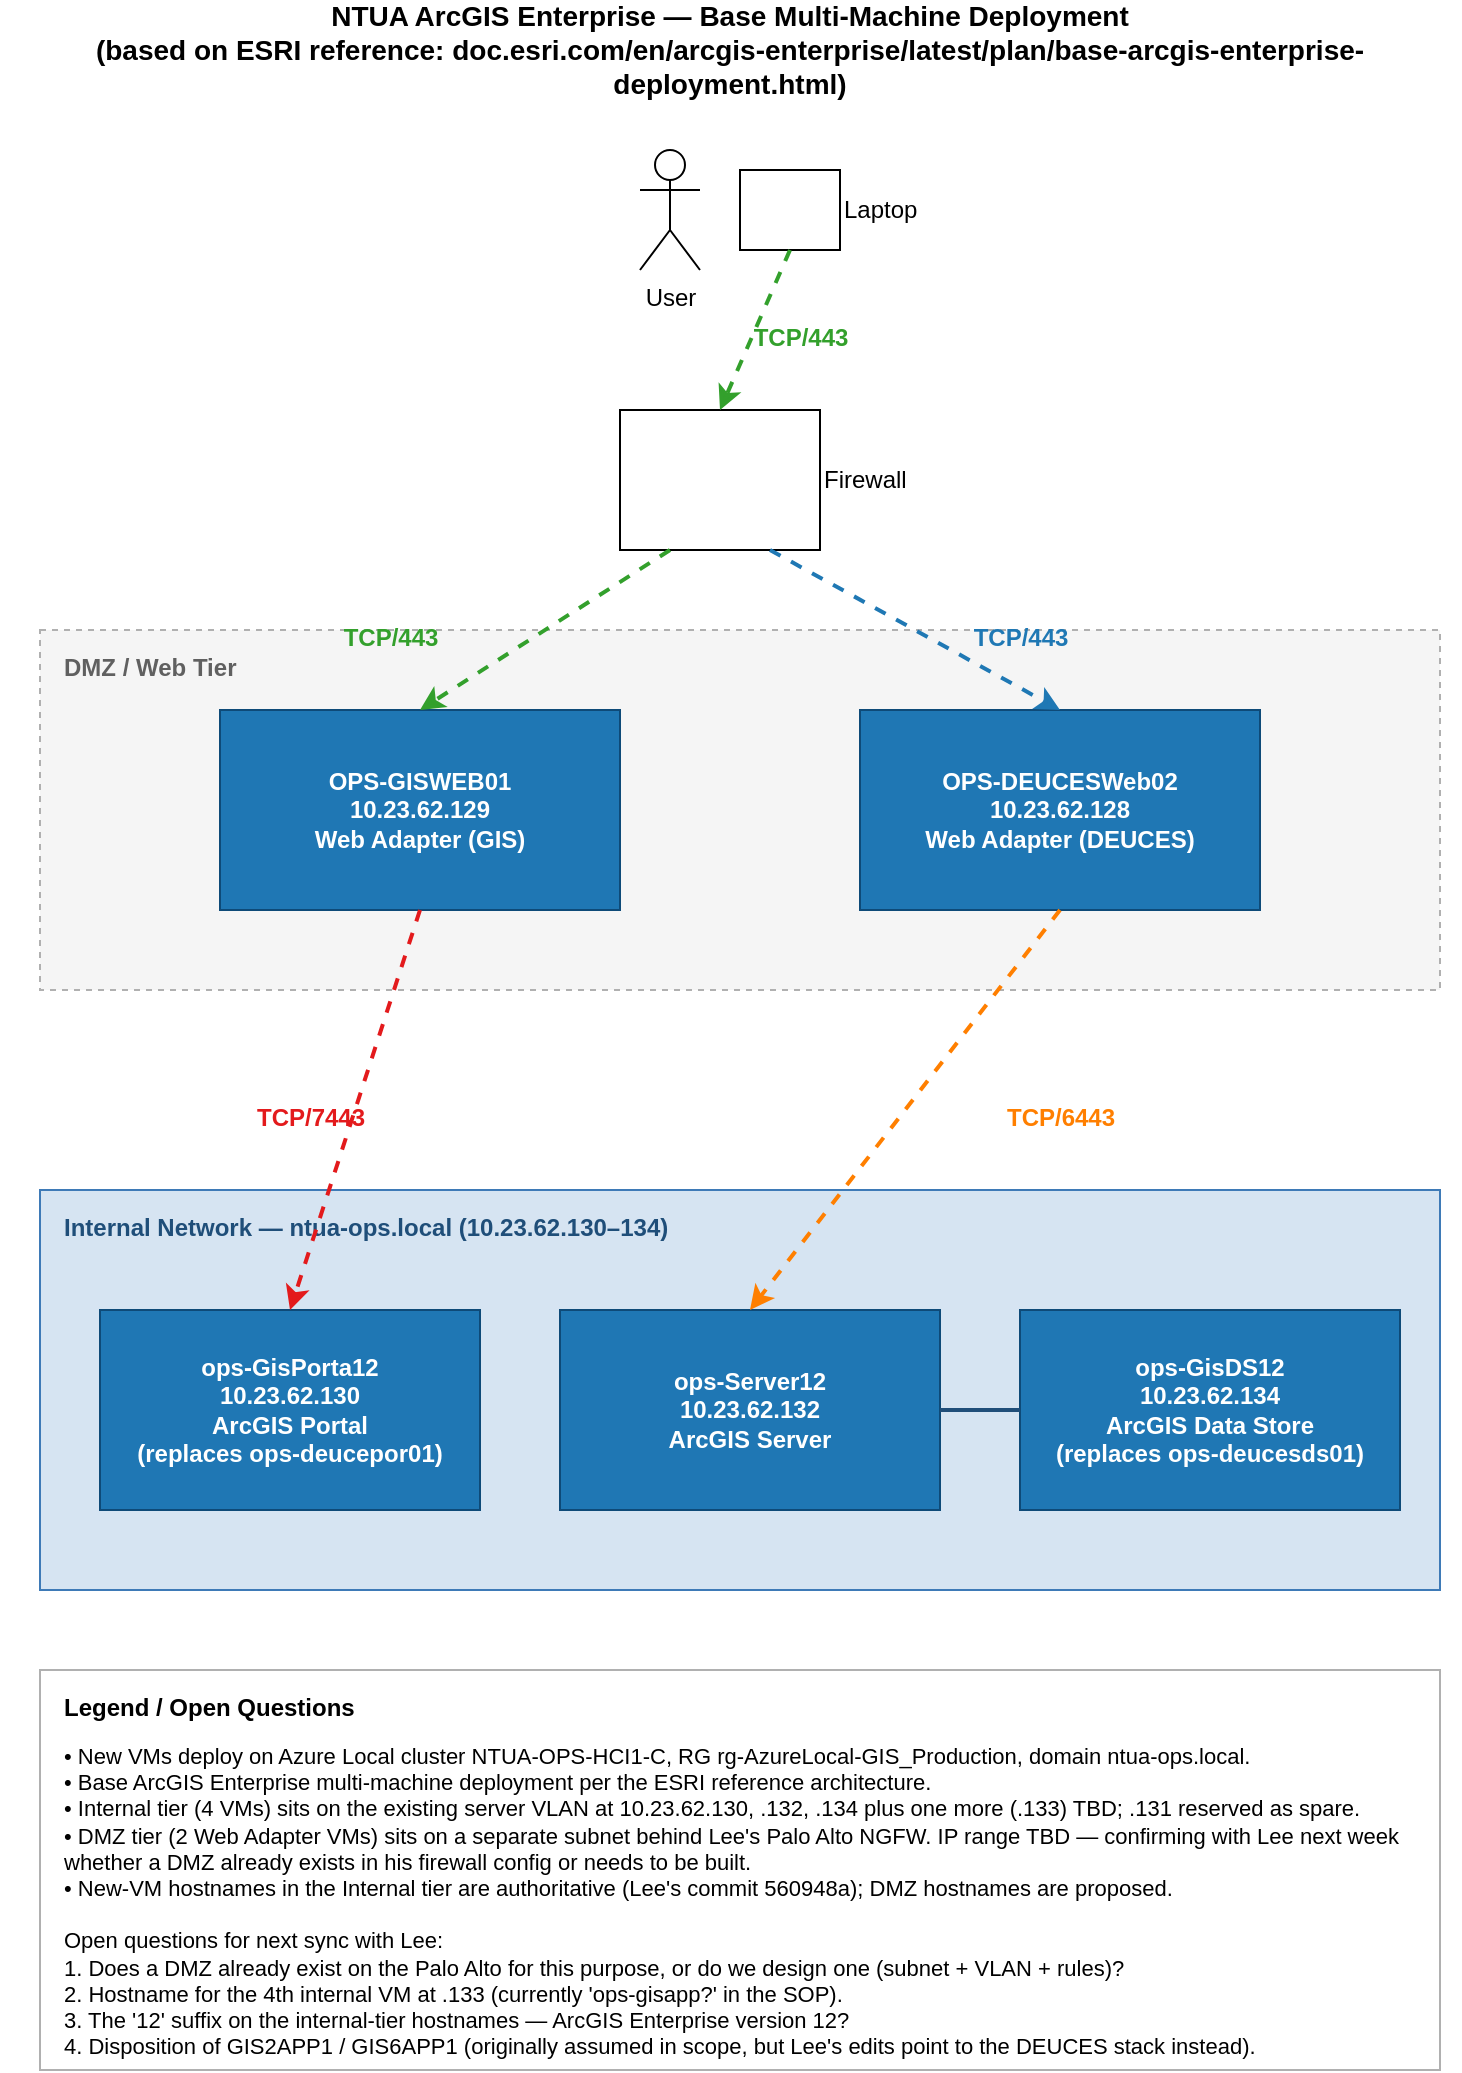
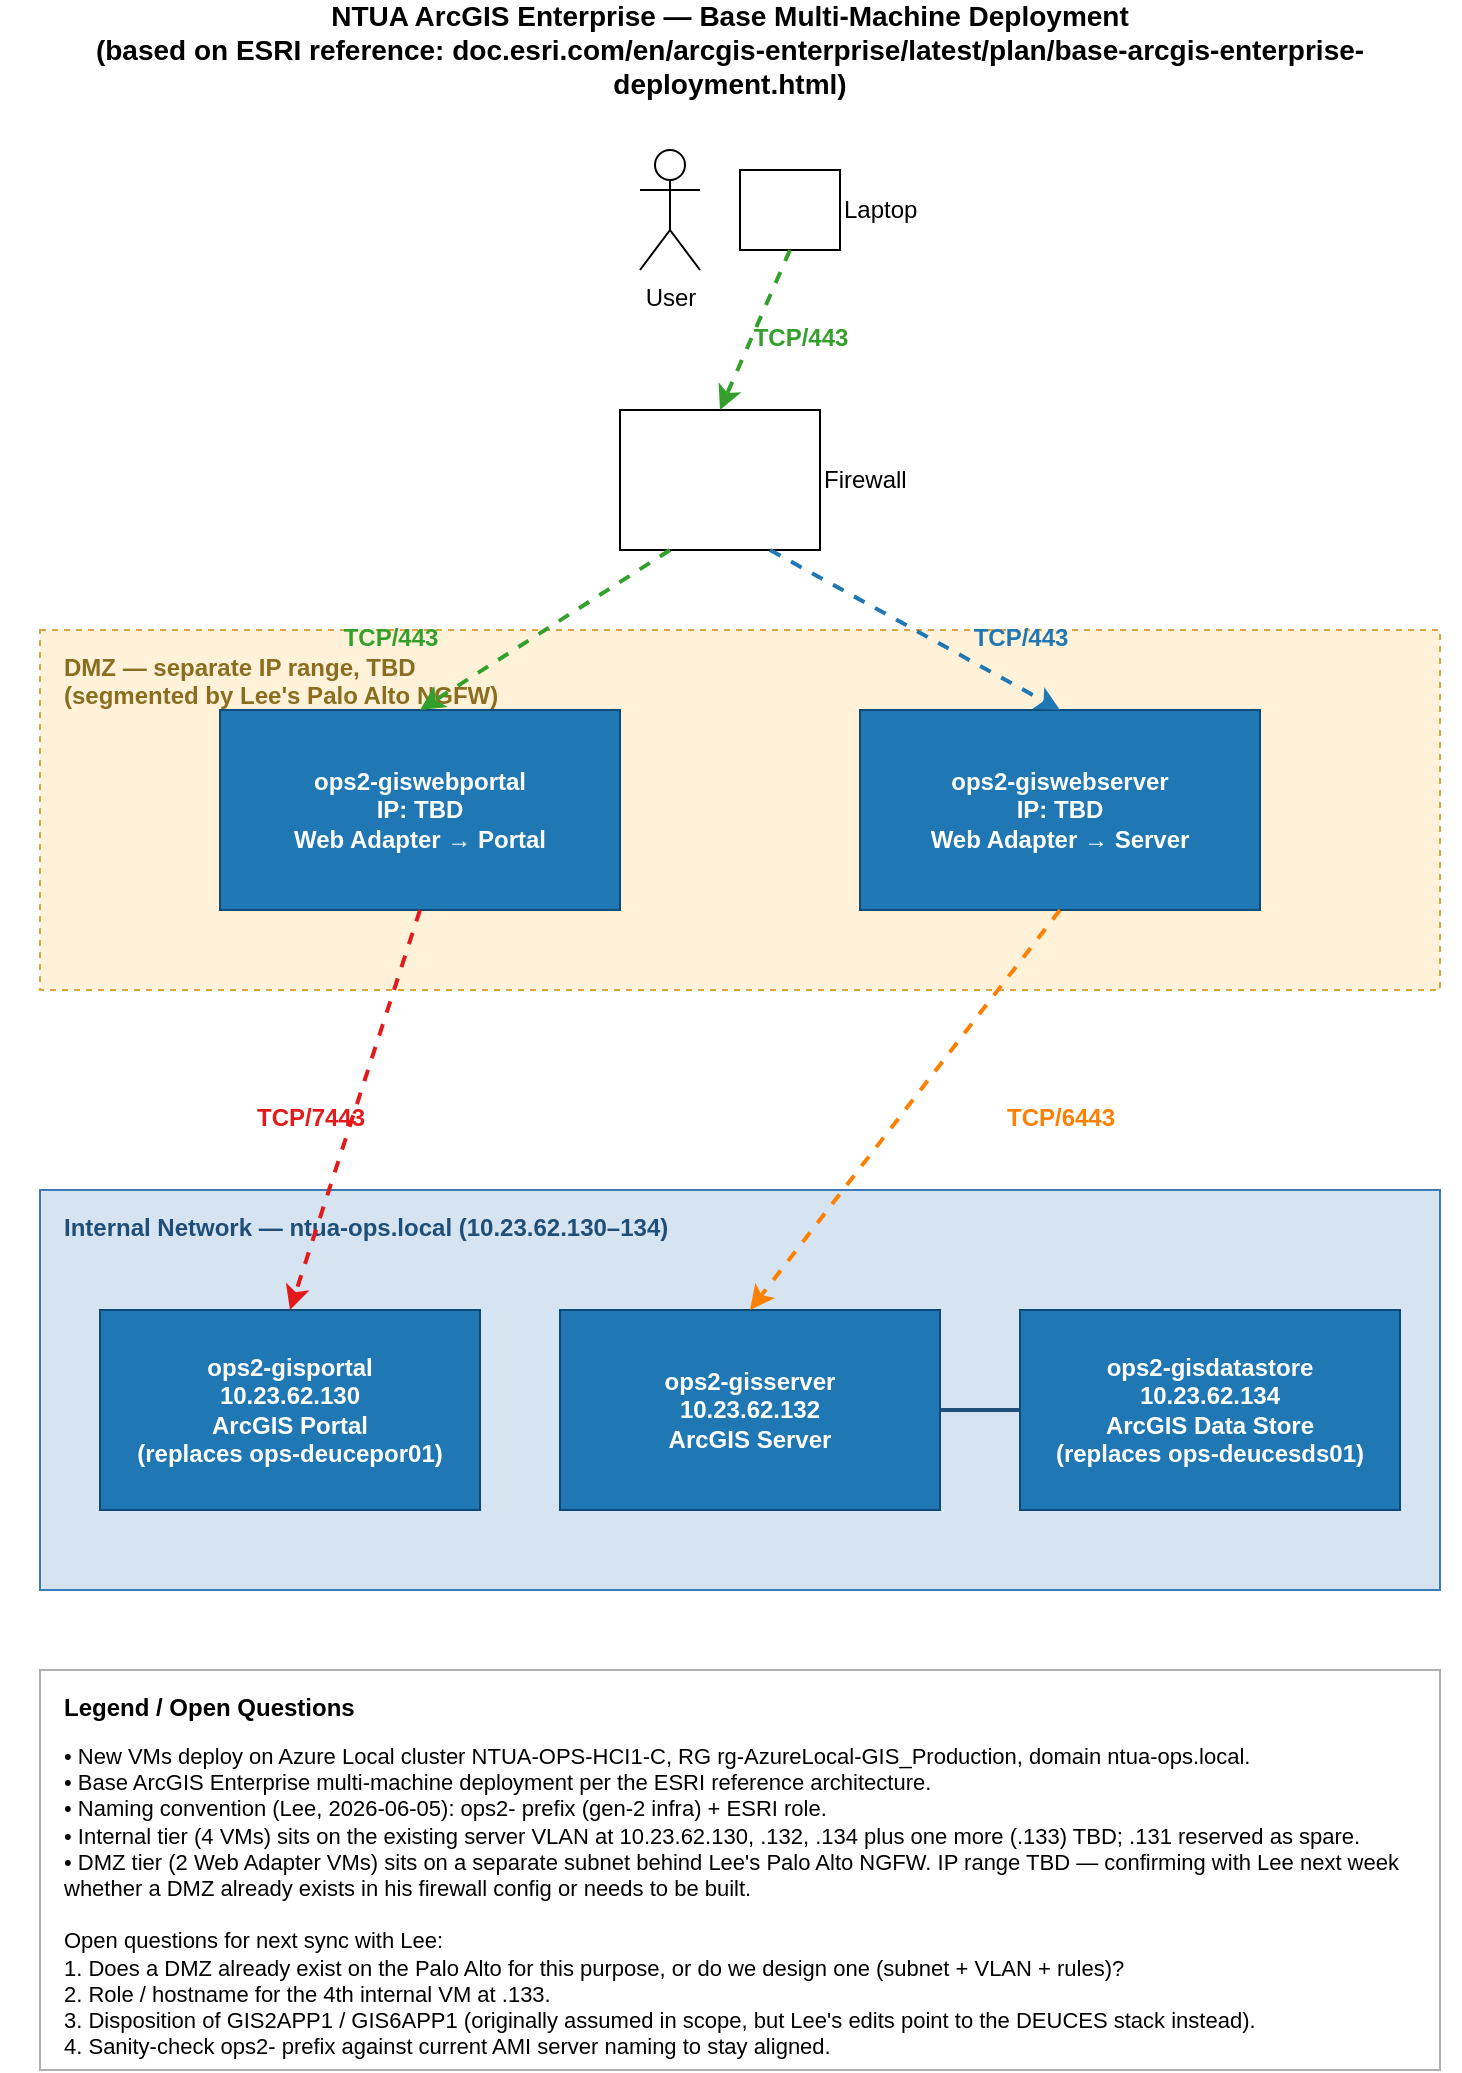
<mxfile host="65bd71144e">
    <diagram name="ArcGIS Enterprise — NTUA" id="ntua-arcgis-v1">
        <mxGraphModel dx="961" dy="844" grid="1" gridSize="10" guides="1" tooltips="1" connect="1" arrows="1" fold="1" page="1" pageScale="1" pageWidth="850" pageHeight="1100" math="0" shadow="0">
            <root>
                <mxCell id="0"/>
                <mxCell id="1" parent="0"/>
                <mxCell id="title" value="NTUA ArcGIS Enterprise — Base Multi-Machine Deployment&#xa;(based on ESRI reference: doc.esri.com/en/arcgis-enterprise/latest/plan/base-arcgis-enterprise-deployment.html)" style="text;html=1;align=center;verticalAlign=middle;whiteSpace=wrap;fontSize=14;fontStyle=1;" parent="1" vertex="1">
                    <mxGeometry x="60" y="20" width="730" height="40" as="geometry"/>
                </mxCell>
                <mxCell id="user" value="User" style="shape=umlActor;verticalLabelPosition=bottom;labelPosition=center;verticalAlign=top;html=1;outlineConnect=0;" parent="1" vertex="1">
                    <mxGeometry x="380" y="90" width="30" height="60" as="geometry"/>
                </mxCell>
                <mxCell id="laptop" value="Laptop" style="shape=mscae/Laptop;html=1;labelPosition=right;align=left;verticalAlign=middle;" parent="1" vertex="1">
                    <mxGeometry x="430" y="100" width="50" height="40" as="geometry"/>
                </mxCell>
                <mxCell id="fw" value="Firewall" style="shape=mscae/Firewall;html=1;labelPosition=right;align=left;verticalAlign=middle;" parent="1" vertex="1">
                    <mxGeometry x="370" y="220" width="100" height="70" as="geometry"/>
                </mxCell>
                <mxCell id="e-user-fw" style="endArrow=classic;html=1;dashed=1;strokeColor=#33A02C;strokeWidth=2;fontColor=#33A02C;exitX=0.5;exitY=1;exitDx=0;exitDy=0;entryX=0.5;entryY=0;entryDx=0;entryDy=0;" parent="1" source="laptop" target="fw" edge="1">
                    <mxGeometry relative="1" as="geometry"/>
                </mxCell>
                <mxCell id="l-user-fw" value="TCP/443" style="text;html=1;align=center;fontColor=#33A02C;fontStyle=1;" parent="1" vertex="1">
                    <mxGeometry x="430" y="170" width="60" height="20" as="geometry"/>
                </mxCell>
-                 <mxCell id="dmz-bg" value="" style="rounded=0;whiteSpace=wrap;html=1;fillColor=#F5F5F5;strokeColor=#B0B0B0;dashed=1;" parent="1" vertex="1">
+                 <mxCell id="dmz-bg" value="" style="rounded=0;whiteSpace=wrap;html=1;fillColor=#FFF2D9;strokeColor=#D9A441;dashed=1;" parent="1" vertex="1">
                    <mxGeometry x="80" y="330" width="700" height="180" as="geometry"/>
                </mxCell>
-                 <mxCell id="dmz-lbl" value="DMZ / Web Tier" style="text;html=1;align=left;fontStyle=1;fontColor=#606060;" parent="1" vertex="1">
-                     <mxGeometry x="90" y="335" width="140" height="20" as="geometry"/>
+                 <mxCell id="dmz-lbl" value="DMZ — separate IP range, TBD&#xa;(segmented by Lee&#39;s Palo Alto NGFW)" style="text;html=1;align=left;fontStyle=1;fontColor=#8A6D1F;" parent="1" vertex="1">
+                     <mxGeometry x="90" y="335" width="360" height="30" as="geometry"/>
                </mxCell>
-                 <mxCell id="web-gis" value="OPS-GISWEB01&#xa;10.23.62.129&#xa;Web Adapter (GIS)" style="rounded=0;whiteSpace=wrap;html=1;fillColor=#1F77B4;strokeColor=#0E4A78;fontColor=#FFFFFF;fontStyle=1;" parent="1" vertex="1">
+                 <mxCell id="web-gis" value="ops2-giswebportal&#xa;IP: TBD&#xa;Web Adapter → Portal" style="rounded=0;whiteSpace=wrap;html=1;fillColor=#1F77B4;strokeColor=#0E4A78;fontColor=#FFFFFF;fontStyle=1;" parent="1" vertex="1">
                    <mxGeometry x="170" y="370" width="200" height="100" as="geometry"/>
                </mxCell>
-                 <mxCell id="web-deuce" value="OPS-DEUCESWeb02&#xa;10.23.62.128&#xa;Web Adapter (DEUCES)" style="rounded=0;whiteSpace=wrap;html=1;fillColor=#1F77B4;strokeColor=#0E4A78;fontColor=#FFFFFF;fontStyle=1;" parent="1" vertex="1">
+                 <mxCell id="web-deuce" value="ops2-giswebserver&#xa;IP: TBD&#xa;Web Adapter → Server" style="rounded=0;whiteSpace=wrap;html=1;fillColor=#1F77B4;strokeColor=#0E4A78;fontColor=#FFFFFF;fontStyle=1;" parent="1" vertex="1">
                    <mxGeometry x="490" y="370" width="200" height="100" as="geometry"/>
                </mxCell>
                <mxCell id="e-fw-web1" style="endArrow=classic;html=1;dashed=1;strokeColor=#33A02C;strokeWidth=2;fontColor=#33A02C;exitX=0.25;exitY=1;exitDx=0;exitDy=0;entryX=0.5;entryY=0;entryDx=0;entryDy=0;" parent="1" source="fw" target="web-gis" edge="1">
                    <mxGeometry relative="1" as="geometry"/>
                </mxCell>
                <mxCell id="e-fw-web2" style="endArrow=classic;html=1;dashed=1;strokeColor=#1F78B4;strokeWidth=2;fontColor=#1F78B4;exitX=0.75;exitY=1;exitDx=0;exitDy=0;entryX=0.5;entryY=0;entryDx=0;entryDy=0;" parent="1" source="fw" target="web-deuce" edge="1">
                    <mxGeometry relative="1" as="geometry"/>
                </mxCell>
                <mxCell id="l-fw-web1" value="TCP/443" style="text;html=1;align=center;fontColor=#33A02C;fontStyle=1;" parent="1" vertex="1">
                    <mxGeometry x="225" y="320" width="60" height="20" as="geometry"/>
                </mxCell>
                <mxCell id="l-fw-web2" value="TCP/443" style="text;html=1;align=center;fontColor=#1F78B4;fontStyle=1;" parent="1" vertex="1">
                    <mxGeometry x="540" y="320" width="60" height="20" as="geometry"/>
                </mxCell>
                <mxCell id="int-bg" value="" style="rounded=0;whiteSpace=wrap;html=1;fillColor=#D6E4F2;strokeColor=#3E7AB7;dashed=0;" parent="1" vertex="1">
                    <mxGeometry x="80" y="610" width="700" height="200" as="geometry"/>
                </mxCell>
                <mxCell id="int-lbl" value="Internal Network — ntua-ops.local (10.23.62.130–134)" style="text;html=1;align=left;fontStyle=1;fontColor=#1F4E79;" parent="1" vertex="1">
                    <mxGeometry x="90" y="615" width="400" height="20" as="geometry"/>
                </mxCell>
-                 <mxCell id="portal" value="ops-GisPorta12&#xa;10.23.62.130&#xa;ArcGIS Portal&#xa;(replaces ops-deucepor01)" style="rounded=0;whiteSpace=wrap;html=1;fillColor=#1F77B4;strokeColor=#0E4A78;fontColor=#FFFFFF;fontStyle=1;" parent="1" vertex="1">
+                 <mxCell id="portal" value="ops2-gisportal&#xa;10.23.62.130&#xa;ArcGIS Portal&#xa;(replaces ops-deucepor01)" style="rounded=0;whiteSpace=wrap;html=1;fillColor=#1F77B4;strokeColor=#0E4A78;fontColor=#FFFFFF;fontStyle=1;" parent="1" vertex="1">
                    <mxGeometry x="110" y="670" width="190" height="100" as="geometry"/>
                </mxCell>
-                 <mxCell id="server" value="ops-Server12&#xa;10.23.62.132&#xa;ArcGIS Server" style="rounded=0;whiteSpace=wrap;html=1;fillColor=#1F77B4;strokeColor=#0E4A78;fontColor=#FFFFFF;fontStyle=1;" parent="1" vertex="1">
+                 <mxCell id="server" value="ops2-gisserver&#xa;10.23.62.132&#xa;ArcGIS Server" style="rounded=0;whiteSpace=wrap;html=1;fillColor=#1F77B4;strokeColor=#0E4A78;fontColor=#FFFFFF;fontStyle=1;" parent="1" vertex="1">
                    <mxGeometry x="340" y="670" width="190" height="100" as="geometry"/>
                </mxCell>
-                 <mxCell id="datastore" value="ops-GisDS12&#xa;10.23.62.134&#xa;ArcGIS Data Store&#xa;(replaces ops-deucesds01)" style="rounded=0;whiteSpace=wrap;html=1;fillColor=#1F77B4;strokeColor=#0E4A78;fontColor=#FFFFFF;fontStyle=1;" parent="1" vertex="1">
+                 <mxCell id="datastore" value="ops2-gisdatastore&#xa;10.23.62.134&#xa;ArcGIS Data Store&#xa;(replaces ops-deucesds01)" style="rounded=0;whiteSpace=wrap;html=1;fillColor=#1F77B4;strokeColor=#0E4A78;fontColor=#FFFFFF;fontStyle=1;" parent="1" vertex="1">
                    <mxGeometry x="570" y="670" width="190" height="100" as="geometry"/>
                </mxCell>
                <mxCell id="e-web1-portal" style="endArrow=classic;html=1;dashed=1;strokeColor=#E31A1C;strokeWidth=2;fontColor=#E31A1C;exitX=0.5;exitY=1;exitDx=0;exitDy=0;entryX=0.5;entryY=0;entryDx=0;entryDy=0;" parent="1" source="web-gis" target="portal" edge="1">
                    <mxGeometry relative="1" as="geometry"/>
                </mxCell>
                <mxCell id="l-web1-portal" value="TCP/7443" style="text;html=1;align=center;fontColor=#E31A1C;fontStyle=1;" parent="1" vertex="1">
                    <mxGeometry x="180" y="560" width="70" height="20" as="geometry"/>
                </mxCell>
                <mxCell id="e-web2-server" style="endArrow=classic;html=1;dashed=1;strokeColor=#FF7F00;strokeWidth=2;fontColor=#FF7F00;exitX=0.5;exitY=1;exitDx=0;exitDy=0;entryX=0.5;entryY=0;entryDx=0;entryDy=0;" parent="1" source="web-deuce" target="server" edge="1">
                    <mxGeometry relative="1" as="geometry"/>
                </mxCell>
                <mxCell id="l-web2-server" value="TCP/6443" style="text;html=1;align=center;fontColor=#FF7F00;fontStyle=1;" parent="1" vertex="1">
                    <mxGeometry x="555" y="560" width="70" height="20" as="geometry"/>
                </mxCell>
                <mxCell id="e-server-ds" style="endArrow=none;html=1;strokeColor=#1F4E79;strokeWidth=2;exitX=1;exitY=0.5;exitDx=0;exitDy=0;entryX=0;entryY=0.5;entryDx=0;entryDy=0;" parent="1" source="server" target="datastore" edge="1">
                    <mxGeometry relative="1" as="geometry"/>
                </mxCell>
                <mxCell id="legend-bg" value="" style="rounded=0;whiteSpace=wrap;html=1;fillColor=#FFFFFF;strokeColor=#B0B0B0;dashed=0;" parent="1" vertex="1">
                    <mxGeometry x="80" y="850" width="700" height="200" as="geometry"/>
                </mxCell>
                <mxCell id="legend-title" value="Legend / Open Questions" style="text;html=1;align=left;fontStyle=1;fontSize=12;" parent="1" vertex="1">
                    <mxGeometry x="90" y="855" width="300" height="20" as="geometry"/>
                </mxCell>
-                 <mxCell id="legend-body" value="• New VMs deploy on Azure Local cluster NTUA-OPS-HCI1-C, RG rg-AzureLocal-GIS_Production, domain ntua-ops.local.&#xa;• Base ArcGIS Enterprise multi-machine deployment per the ESRI reference architecture.&#xa;• Internal tier (4 VMs) sits on the existing server VLAN at 10.23.62.130, .132, .134 plus one more (.133) TBD; .131 reserved as spare.&#xa;• DMZ tier (2 Web Adapter VMs) sits on a separate subnet behind Lee&#39;s Palo Alto NGFW. IP range TBD — confirming with Lee next week whether a DMZ already exists in his firewall config or needs to be built.&#xa;• New-VM hostnames in the Internal tier are authoritative (Lee&#39;s commit 560948a); DMZ hostnames are proposed.&#xa;&#xa;Open questions for next sync with Lee:&#xa; 1. Does a DMZ already exist on the Palo Alto for this purpose, or do we design one (subnet + VLAN + rules)?&#xa; 2. Hostname for the 4th internal VM at .133 (currently &#39;ops-gisapp?&#39; in the SOP).&#xa; 3. The &#39;12&#39; suffix on the internal-tier hostnames — ArcGIS Enterprise version 12?&#xa; 4. Disposition of GIS2APP1 / GIS6APP1 (originally assumed in scope, but Lee&#39;s edits point to the DEUCES stack instead)." style="text;html=1;align=left;verticalAlign=top;whiteSpace=wrap;fontSize=11;" parent="1" vertex="1">
+                 <mxCell id="legend-body" value="• New VMs deploy on Azure Local cluster NTUA-OPS-HCI1-C, RG rg-AzureLocal-GIS_Production, domain ntua-ops.local.&#xa;• Base ArcGIS Enterprise multi-machine deployment per the ESRI reference architecture.&#xa;• Naming convention (Lee, 2026-06-05): ops2- prefix (gen-2 infra) + ESRI role.&#xa;• Internal tier (4 VMs) sits on the existing server VLAN at 10.23.62.130, .132, .134 plus one more (.133) TBD; .131 reserved as spare.&#xa;• DMZ tier (2 Web Adapter VMs) sits on a separate subnet behind Lee&#39;s Palo Alto NGFW. IP range TBD — confirming with Lee next week whether a DMZ already exists in his firewall config or needs to be built.&#xa;&#xa;Open questions for next sync with Lee:&#xa; 1. Does a DMZ already exist on the Palo Alto for this purpose, or do we design one (subnet + VLAN + rules)?&#xa; 2. Role / hostname for the 4th internal VM at .133.&#xa; 3. Disposition of GIS2APP1 / GIS6APP1 (originally assumed in scope, but Lee&#39;s edits point to the DEUCES stack instead).&#xa; 4. Sanity-check ops2- prefix against current AMI server naming to stay aligned." style="text;html=1;align=left;verticalAlign=top;whiteSpace=wrap;fontSize=11;" parent="1" vertex="1">
                    <mxGeometry x="90" y="880" width="680" height="170" as="geometry"/>
                </mxCell>
            </root>
        </mxGraphModel>
    </diagram>
</mxfile>